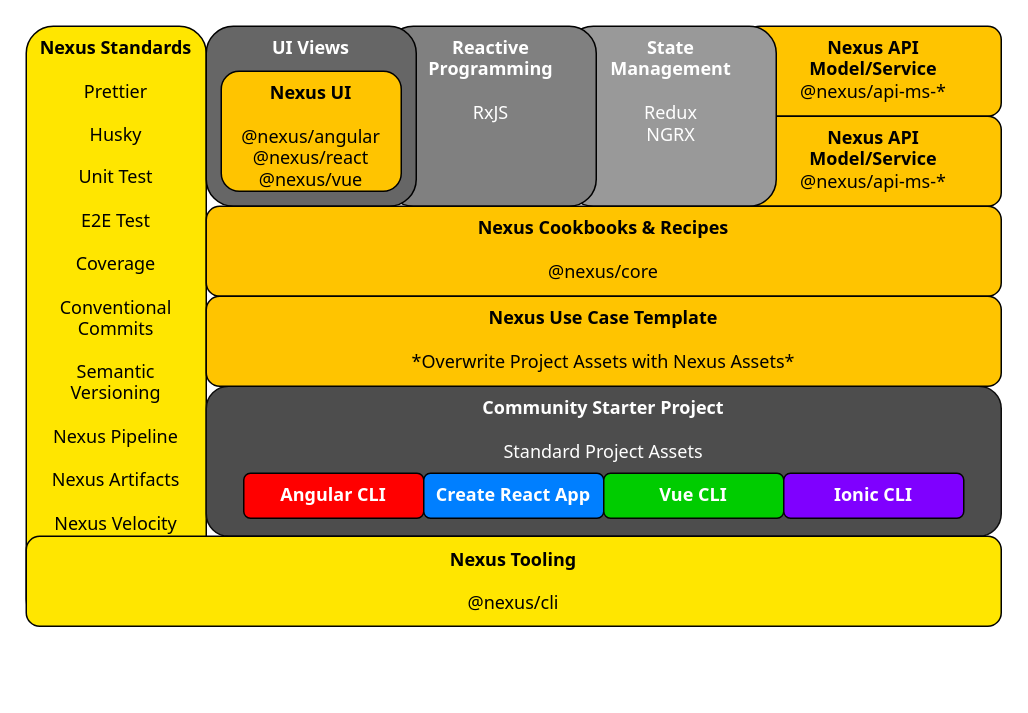
hikumealan/draw-io-diagrams keeps this draw.io diagram as Nexus UI Arch.drawio. Above is the earlier version. Source tidied: cells renumbered, new cells numbered last; positions are measured from the earlier drawing's top-left corner, leaving out a move shared by most shapes. Both pictures are drawn from the tidied source at 150%, with x=0, y=0 at pixel (26, 26).
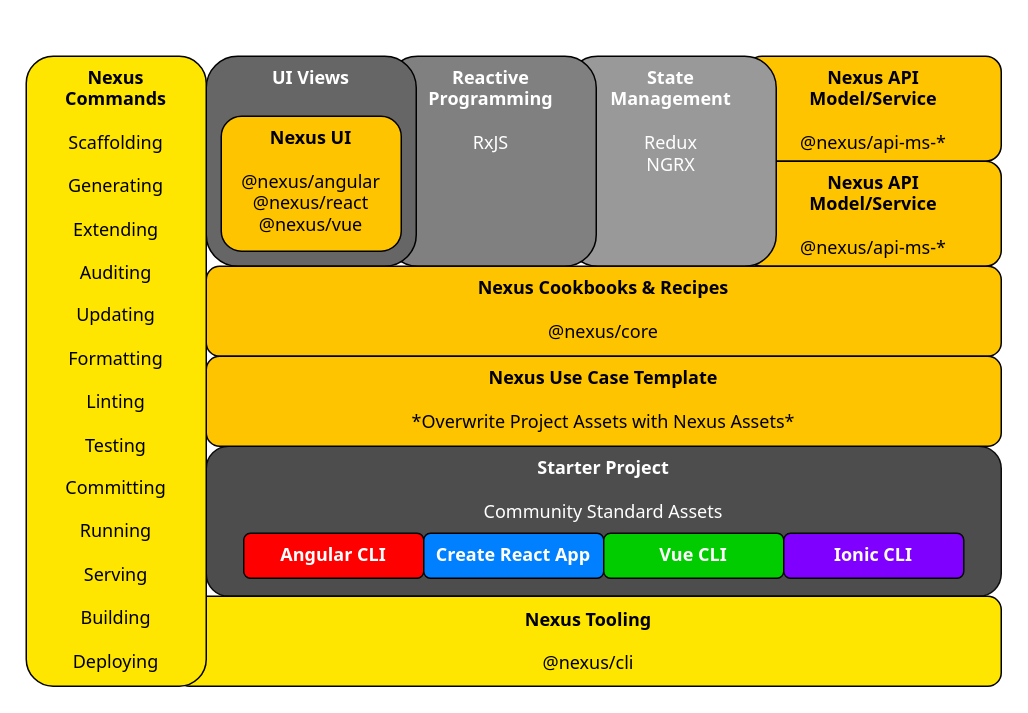
The same diagram, later.

What changed in the source:
```diff
@@
 <mxGraphModel>
   <root>
     <mxCell id="0" />
     <mxCell id="1" parent="0" />
-    <mxCell id="2" value="&lt;b&gt;Nexus API &lt;br&gt;Model/Service&lt;/b&gt;&lt;br&gt;@nexus/api-ms-*" style="rounded=1;whiteSpace=wrap;html=1;verticalAlign=top;fillColor=#FFC400;fontFamily=Tahoma;spacing=3;" parent="1" vertex="1">
-      <mxGeometry x="480" width="170" height="60" as="geometry" />
+    <mxCell id="2" value="&lt;b&gt;Nexus API &lt;br&gt;Model/Service&lt;br&gt;&lt;/b&gt;&lt;br&gt;@nexus/api-ms-*" style="rounded=1;whiteSpace=wrap;html=1;verticalAlign=top;fillColor=#FFC400;fontFamily=Tahoma;spacing=3;" parent="1" vertex="1">
+      <mxGeometry x="480" y="20" width="170" height="70" as="geometry" />
     </mxCell>
-    <mxCell id="3" value="&lt;b&gt;Nexus API &lt;br&gt;Model/Service&lt;/b&gt;&lt;br&gt;@nexus/api-ms-*" style="rounded=1;whiteSpace=wrap;html=1;verticalAlign=top;fillColor=#FFC400;fontFamily=Tahoma;spacing=3;" parent="1" vertex="1">
-      <mxGeometry x="480" y="60" width="170" height="60" as="geometry" />
+    <mxCell id="3" value="&lt;b&gt;Nexus API &lt;br&gt;Model/Service&lt;br&gt;&lt;/b&gt;&lt;br&gt;@nexus/api-ms-*" style="rounded=1;whiteSpace=wrap;html=1;verticalAlign=top;fillColor=#FFC400;fontFamily=Tahoma;spacing=3;" parent="1" vertex="1">
+      <mxGeometry x="480" y="90" width="170" height="70" as="geometry" />
     </mxCell>
     <mxCell id="4" value="&lt;b&gt;State &lt;br&gt;Management&lt;br&gt;&lt;/b&gt;&lt;br&gt;Redux&lt;br&gt;NGRX" style="rounded=1;whiteSpace=wrap;html=1;verticalAlign=top;fontColor=#FFFFFF;fontFamily=Tahoma;fillColor=#999999;spacing=3;" parent="1" vertex="1">
-      <mxGeometry x="360" width="140" height="120" as="geometry" />
+      <mxGeometry x="360" y="20" width="140" height="140" as="geometry" />
     </mxCell>
     <mxCell id="5" value="&lt;b&gt;Reactive Programming&lt;/b&gt;&lt;br&gt;&lt;br&gt;RxJS" style="rounded=1;whiteSpace=wrap;html=1;verticalAlign=top;fontColor=#FFFFFF;fontFamily=Tahoma;fillColor=#808080;spacing=3;" parent="1" vertex="1">
-      <mxGeometry x="240" width="140" height="120" as="geometry" />
+      <mxGeometry x="240" y="20" width="140" height="140" as="geometry" />
     </mxCell>
-    <mxCell id="6" value="&lt;b&gt;Nexus Standards&lt;/b&gt;&lt;br&gt;&lt;br&gt;Prettier&lt;br&gt;&lt;br&gt;Husky&lt;br&gt;&lt;br&gt;Unit Test&lt;br&gt;&lt;br&gt;E2E Test&lt;br&gt;&lt;br&gt;Coverage&lt;br&gt;&lt;br&gt;Conventional Commits&lt;br&gt;&lt;br&gt;Semantic Versioning&lt;br&gt;&lt;br&gt;Nexus Pipeline&lt;br&gt;&lt;br&gt;Nexus Artifacts&lt;br&gt;&lt;br&gt;Nexus Velocity" style="rounded=1;whiteSpace=wrap;html=1;fillColor=#FFE600;fontFamily=Tahoma;verticalAlign=top;spacingLeft=5;spacingRight=5;spacing=3;" parent="1" vertex="1">
-      <mxGeometry width="120" height="400" as="geometry" />
-    </mxCell>
     <mxCell id="7" value="&lt;b&gt;UI Views&lt;/b&gt;&lt;br&gt;&lt;br&gt;" style="rounded=1;whiteSpace=wrap;html=1;verticalAlign=top;fontColor=#FFFFFF;fontFamily=Tahoma;fillColor=#666666;spacing=3;" parent="1" vertex="1">
-      <mxGeometry x="120" width="140" height="120" as="geometry" />
+      <mxGeometry x="120" y="20" width="140" height="140" as="geometry" />
     </mxCell>
-    <mxCell id="8" value="&lt;b&gt;Community Starter Project&lt;br&gt;&lt;/b&gt;&lt;br&gt;Standard Project Assets" style="rounded=1;whiteSpace=wrap;html=1;verticalAlign=top;strokeColor=#0D0D0D;fontColor=#FFFFFF;fillColor=#4D4D4D;fontFamily=Tahoma;spacing=3;" parent="1" vertex="1">
-      <mxGeometry x="120" y="240" width="530" height="100" as="geometry" />
+    <mxCell id="8" value="&lt;b&gt;Starter Project&lt;br&gt;&lt;/b&gt;&lt;br&gt;Community Standard Assets" style="rounded=1;whiteSpace=wrap;html=1;verticalAlign=top;strokeColor=#0D0D0D;fontColor=#FFFFFF;fillColor=#4D4D4D;fontFamily=Tahoma;spacing=3;" parent="1" vertex="1">
+      <mxGeometry x="120" y="280" width="530" height="100" as="geometry" />
     </mxCell>
     <mxCell id="9" value="&lt;b&gt;Nexus Cookbooks &amp;amp; Recipes&lt;/b&gt;&lt;br&gt;&lt;br&gt;@nexus/core" style="rounded=1;whiteSpace=wrap;html=1;verticalAlign=top;strokeColor=#030201;fillColor=#FFC400;fontFamily=Tahoma;spacing=3;" parent="1" vertex="1">
-      <mxGeometry x="120" y="120" width="530" height="60" as="geometry" />
+      <mxGeometry x="120" y="160" width="530" height="60" as="geometry" />
     </mxCell>
     <mxCell id="10" value="Angular CLI" style="rounded=1;whiteSpace=wrap;html=1;fontStyle=1;fillColor=#FF0000;fontColor=#FFFFFF;fontFamily=Tahoma;spacing=3;" parent="1" vertex="1">
-      <mxGeometry x="145" y="298" width="120" height="30" as="geometry" />
+      <mxGeometry x="145" y="338" width="120" height="30" as="geometry" />
     </mxCell>
     <mxCell id="11" value="Create React App" style="rounded=1;whiteSpace=wrap;html=1;fontStyle=1;fillColor=#007FFF;fontColor=#FFFFFF;fontFamily=Tahoma;spacing=3;" parent="1" vertex="1">
-      <mxGeometry x="265" y="298" width="120" height="30" as="geometry" />
+      <mxGeometry x="265" y="338" width="120" height="30" as="geometry" />
     </mxCell>
     <mxCell id="12" value="Vue CLI" style="rounded=1;whiteSpace=wrap;html=1;fillColor=#00CC00;strokeColor=#040503;fontColor=#FFFFFF;fontStyle=1;fontFamily=Tahoma;spacing=3;" parent="1" vertex="1">
-      <mxGeometry x="385" y="298" width="120" height="30" as="geometry" />
+      <mxGeometry x="385" y="338" width="120" height="30" as="geometry" />
     </mxCell>
     <mxCell id="13" value="Ionic CLI" style="rounded=1;whiteSpace=wrap;html=1;strokeColor=#030303;fontColor=#FFFFFF;fontStyle=1;fontFamily=Tahoma;fillColor=#7F00FF;spacing=3;" parent="1" vertex="1">
-      <mxGeometry x="505" y="298" width="120" height="30" as="geometry" />
+      <mxGeometry x="505" y="338" width="120" height="30" as="geometry" />
     </mxCell>
     <mxCell id="14" value="&lt;b&gt;Nexus UI&lt;/b&gt;&lt;br&gt;&lt;br&gt;@nexus/angular&lt;br&gt;@nexus/react&lt;br&gt;@nexus/vue" style="rounded=1;whiteSpace=wrap;html=1;verticalAlign=top;fillColor=#FFC400;fontFamily=Tahoma;spacing=3;" parent="1" vertex="1">
-      <mxGeometry x="130" y="30" width="120" height="80" as="geometry" />
+      <mxGeometry x="130" y="60" width="120" height="90" as="geometry" />
     </mxCell>
     <mxCell id="15" value="&lt;b&gt;Nexus Tooling&lt;/b&gt;&lt;br&gt;&lt;br&gt;@nexus/cli" style="rounded=1;whiteSpace=wrap;html=1;fillColor=#ffe600;fontFamily=Tahoma;spacing=3;" parent="1" vertex="1">
-      <mxGeometry y="340" width="650" height="60" as="geometry" />
+      <mxGeometry x="100" y="380" width="550" height="60" as="geometry" />
     </mxCell>
     <mxCell id="16" value="&lt;b&gt;Nexus Use Case Template&lt;br&gt;&lt;/b&gt;&lt;br&gt;*Overwrite Project Assets with Nexus Assets*" style="rounded=1;whiteSpace=wrap;html=1;verticalAlign=top;fillColor=#FFC400;fontFamily=Tahoma;spacing=3;" parent="1" vertex="1">
-      <mxGeometry x="120" y="180" width="530" height="60" as="geometry" />
+      <mxGeometry x="120" y="220" width="530" height="60" as="geometry" />
     </mxCell>
+    <mxCell id="6" value="&lt;b&gt;Nexus &lt;br&gt;Commands&lt;/b&gt;&lt;br&gt;&lt;br&gt;Scaffolding&lt;br&gt;&lt;br&gt;Generating&lt;br&gt;&lt;br&gt;Extending&lt;br&gt;&lt;br&gt;Auditing&lt;br&gt;&lt;br&gt;Updating&lt;br&gt;&lt;br&gt;Formatting&lt;br&gt;&lt;br&gt;Linting&lt;br&gt;&lt;br&gt;Testing&lt;br&gt;&lt;br&gt;Committing&lt;br&gt;&lt;br&gt;Running&lt;br&gt;&lt;br&gt;Serving&lt;br&gt;&lt;br&gt;Building&lt;br&gt;&lt;br&gt;Deploying" style="rounded=1;whiteSpace=wrap;html=1;fillColor=#FFE600;fontFamily=Tahoma;verticalAlign=top;spacingLeft=5;spacingRight=5;spacing=3;" parent="1" vertex="1">
+      <mxGeometry y="20" width="120" height="420" as="geometry" />
+    </mxCell>
   </root>
 </mxGraphModel>
```
